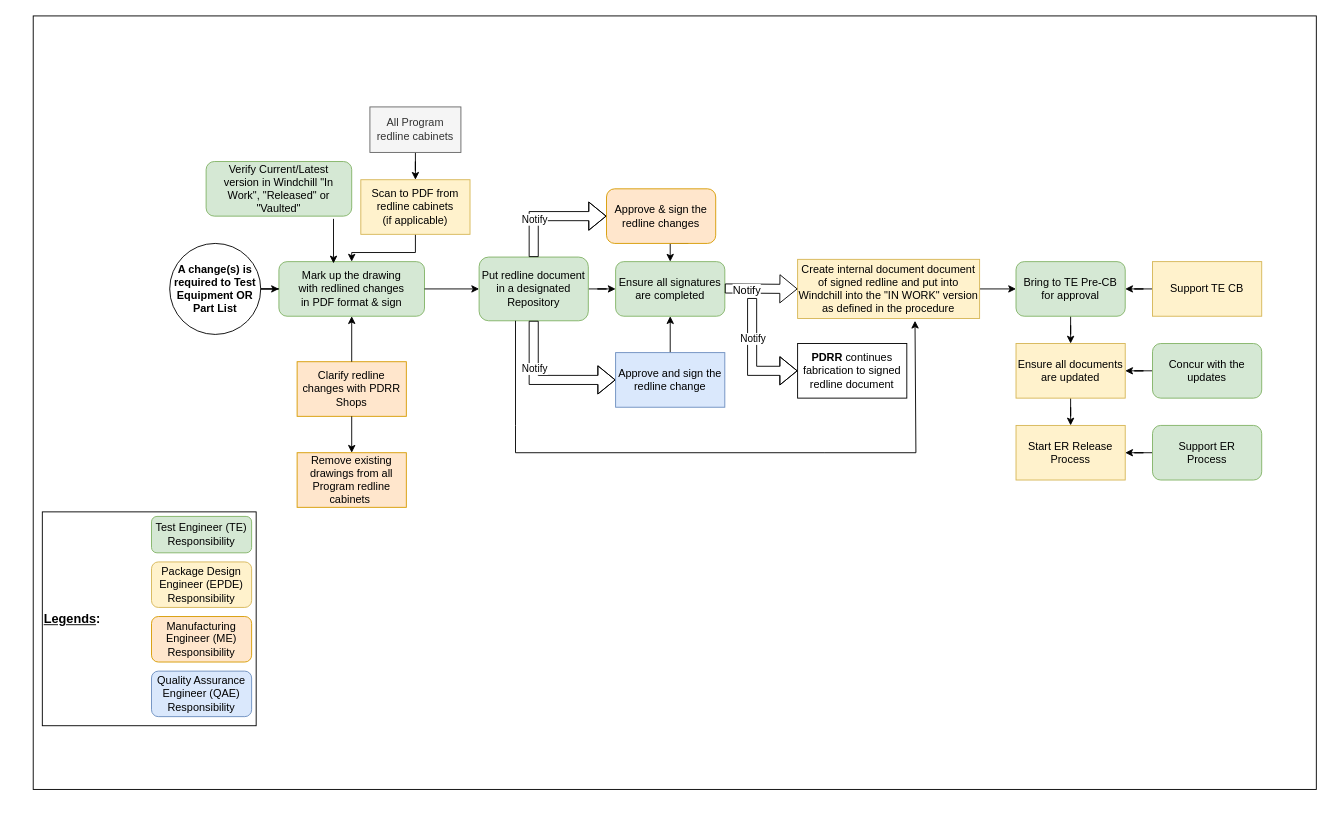
Above: Untitled Diagram.drawio in lnguyen921/UTA (draw.io), before the change. Source tidied: cells renumbered, new cells numbered last; positions are measured from the earlier drawing's top-left corner, leaving out a move shared by most shapes. Both pictures are drawn from the tidied source at 91%, with x=0, y=0 at pixel (33, 15).
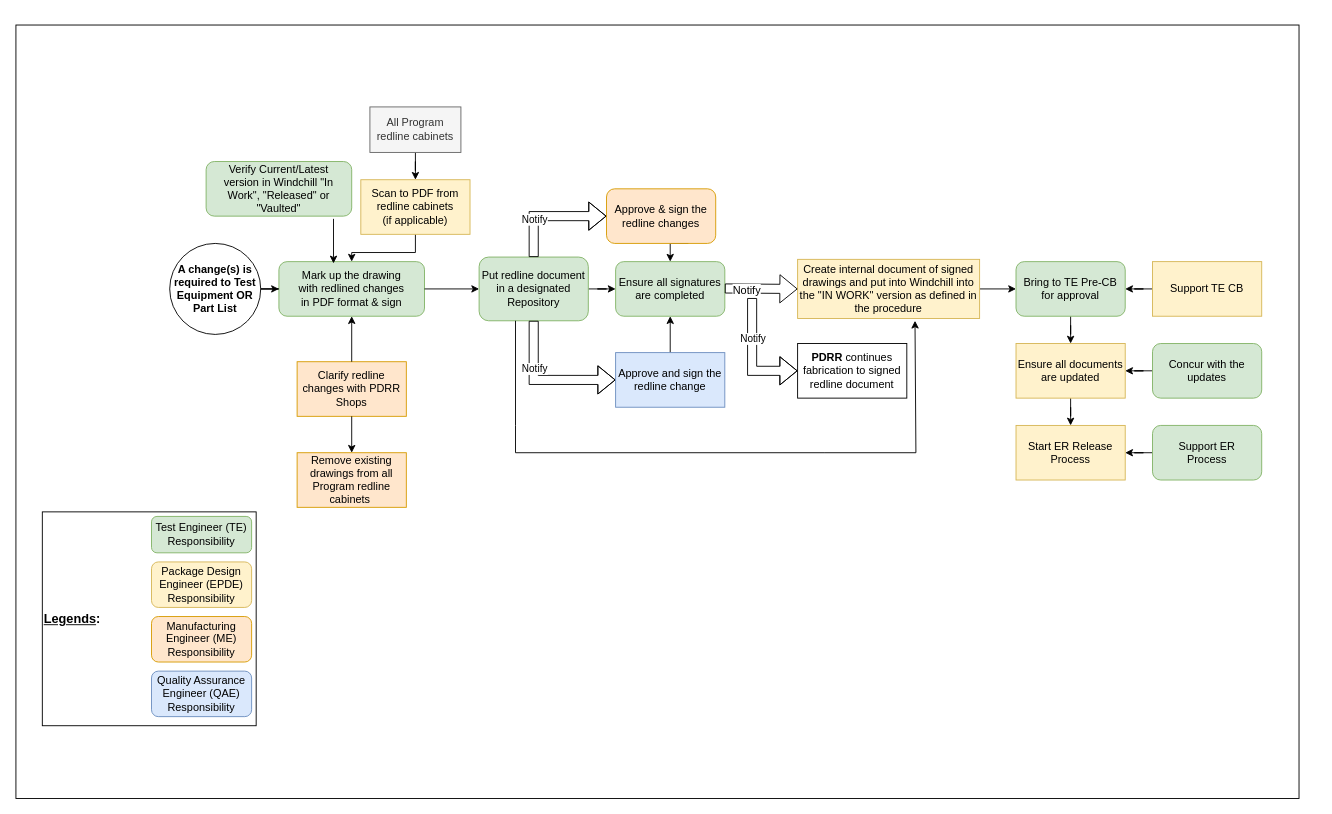
Above is the later version.

Commit message:
Test Program Plan Flow Chart

Diff of the diagram source:
```diff
@@
     <mxCell id="2" style="rounded=0;whiteSpace=wrap;html=1;" parent="1" vertex="1">
-      <mxGeometry width="1410" height="850" as="geometry" />
+      <mxGeometry x="-19" y="10" width="1410" height="850" as="geometry" />
     </mxCell>
@@
-    <mxCell id="23" value="Create internal document document of signed redline and put into Windchill into the &quot;IN WORK&quot; version as defined in the procedure" style="rounded=0;whiteSpace=wrap;html=1;fillColor=#fff2cc;strokeColor=#d6b656;" parent="1" vertex="1">
+    <mxCell id="23" value="Create internal document of signed drawings and put into Windchill into the &quot;IN WORK&quot; version as defined in the procedure" style="rounded=0;whiteSpace=wrap;html=1;fillColor=#fff2cc;strokeColor=#d6b656;" parent="1" vertex="1">
       <mxGeometry x="840" y="267.5" width="200" height="65" as="geometry" />
     </mxCell>
```
